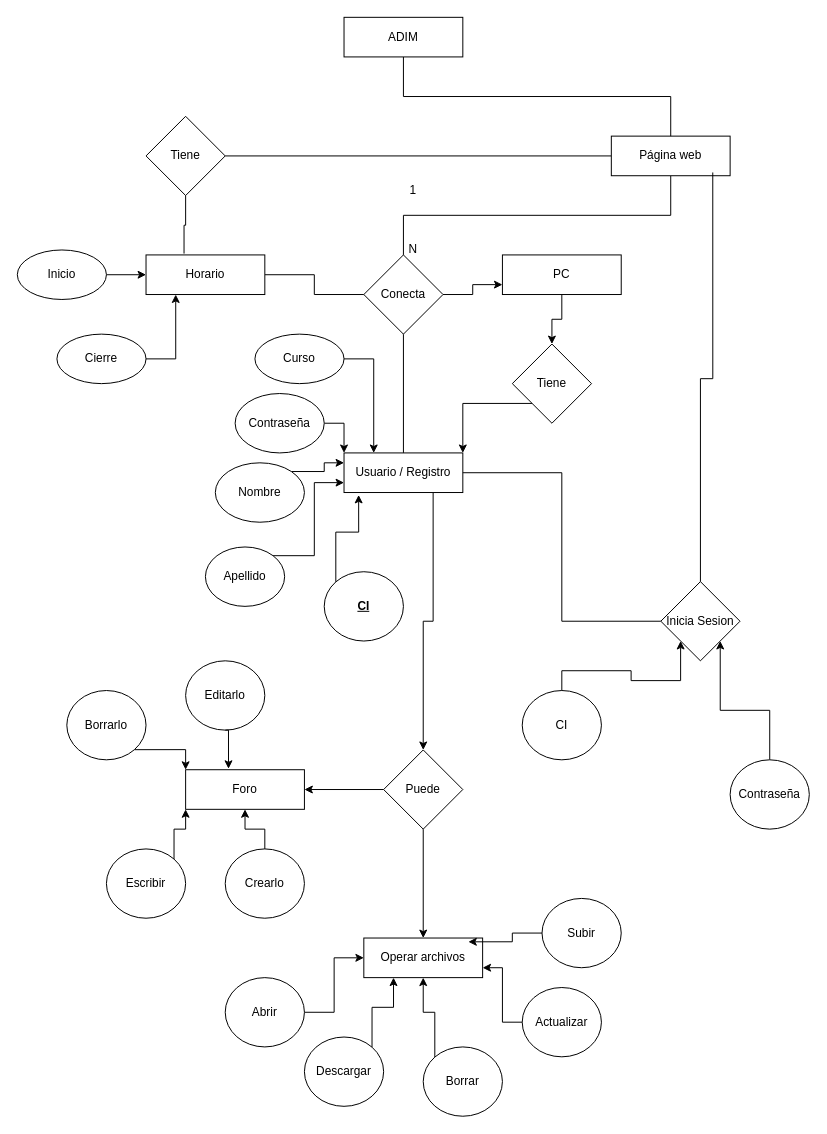
Arcxcad/3ro-bt-informatica keeps this draw.io diagram as EDUCONNECTMR.drawio. Above is the earlier version. Source tidied: cells renumbered, new cells numbered last; positions are measured from the earlier drawing's top-left corner, leaving out a move shared by most shapes. Both pictures are drawn from the tidied source at 99%, with x=0, y=0 at pixel (17, 17).
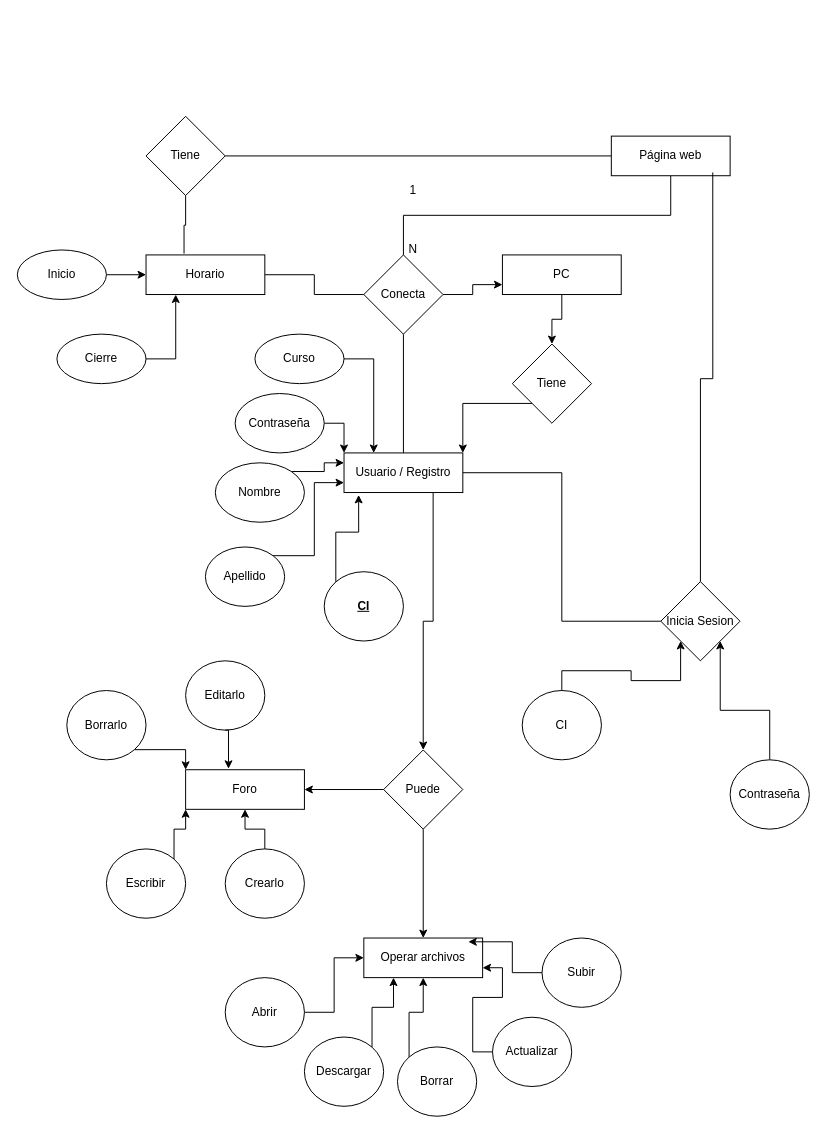
The same page after the edit.

Unchanged cells that the change refers to:
```xml
<mxCell id="4" value="Página web" style="rounded=0;whiteSpace=wrap;html=1;" parent="1" vertex="1">
  <mxGeometry x="600" y="120" width="120" height="40" as="geometry" />
</mxCell>
```

Diff of the diagram source:
```diff
@@
-    <mxCell id="21" style="edgeStyle=orthogonalEdgeStyle;rounded=0;jettySize=auto;html=1;exitX=0.5;exitY=1;exitDx=0;exitDy=0;entryX=0.5;entryY=0;entryDx=0;entryDy=0;endArrow=none;endFill=0;" parent="1" edge="1" source="22" target="4">
-      <mxGeometry relative="1" as="geometry" />
-    </mxCell>
-    <mxCell id="22" value="ADIM" style="rounded=0;whiteSpace=wrap;html=1;" parent="1" vertex="1">
-      <mxGeometry x="330" width="120" height="40" as="geometry" />
-    </mxCell>
@@
     <mxCell id="47" value="Subir" style="ellipse;whiteSpace=wrap;html=1;shapeInside=1;direction=south;" parent="1" vertex="1">
-      <mxGeometry x="530" y="890" width="80" height="70" as="geometry" />
+      <mxGeometry x="530" y="930" width="80" height="70" as="geometry" />
     </mxCell>
@@
     <mxCell id="49" value="Actualizar" style="ellipse;whiteSpace=wrap;html=1;shapeInside=1;direction=south;" parent="1" vertex="1">
-      <mxGeometry x="510" y="980" width="80" height="70" as="geometry" />
+      <mxGeometry x="480" y="1010" width="80" height="70" as="geometry" />
     </mxCell>
@@
     <mxCell id="51" value="Borrar" style="ellipse;whiteSpace=wrap;html=1;shapeInside=1;direction=south;" parent="1" vertex="1">
-      <mxGeometry x="410" y="1040" width="80" height="70" as="geometry" />
+      <mxGeometry x="384" y="1040" width="80" height="70" as="geometry" />
     </mxCell>
```
